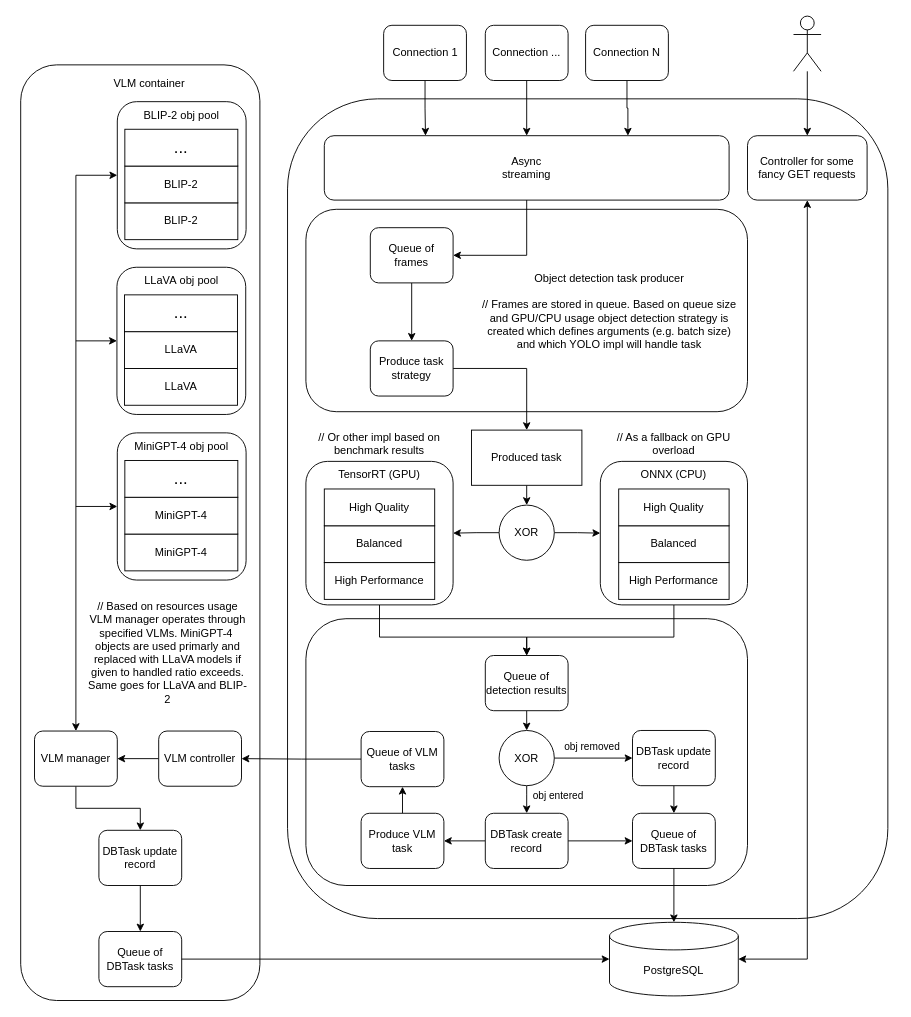
Earlier version of the draw.io diagram Диаграмма без названия.drawio (BaronVice/schemas). Source tidied: cells renumbered, new cells numbered last; positions are measured from the earlier drawing's top-left corner, leaving out a move shared by most shapes. Both pictures are drawn from the tidied source at 92%, with x=0, y=0 at pixel (20, 16).
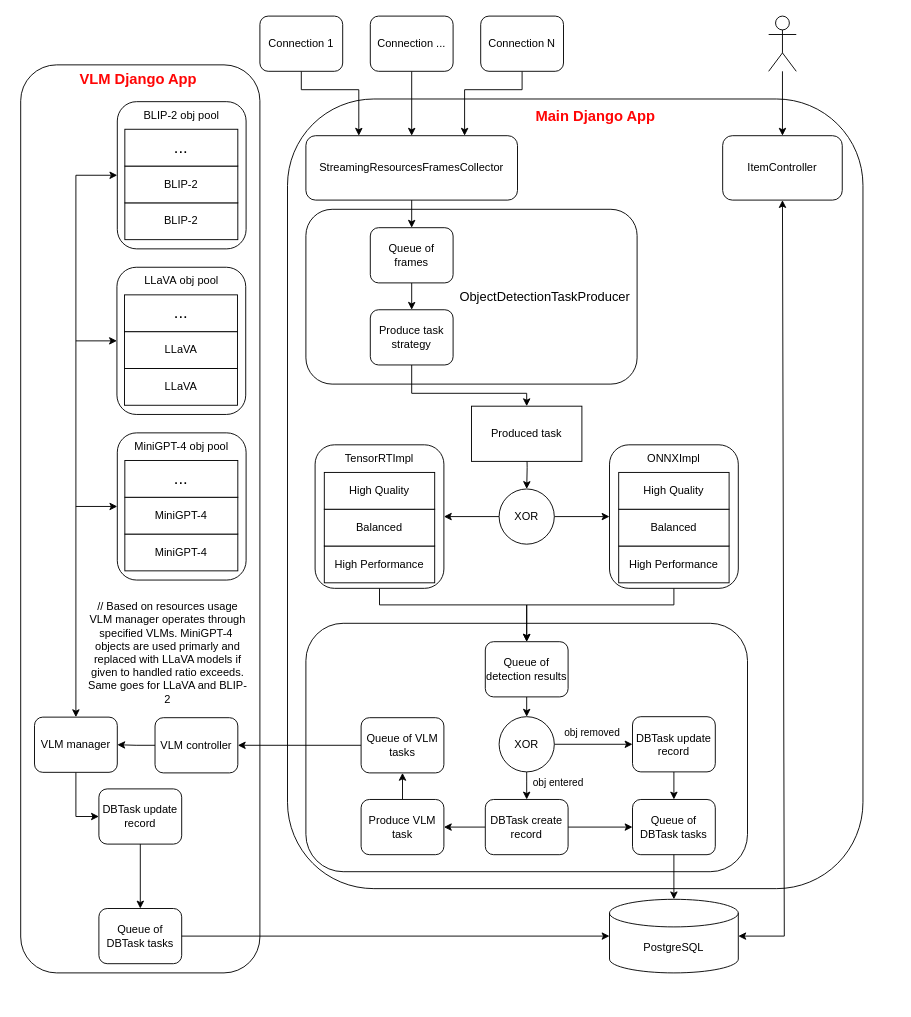
The same diagram, later.

The change refers to these unchanged cells:
```xml
<mxCell id="13" value="Queue of frames" style="rounded=1;whiteSpace=wrap;html=1;" parent="1" vertex="1">
  <mxGeometry x="380" y="230" width="90" height="60" as="geometry" />
</mxCell>
```

Change to the diagram source:
```diff
@@
     <mxCell id="2" style="rounded=1;whiteSpace=wrap;html=1;rotation=90;" parent="1" vertex="1">
-      <mxGeometry x="170.8" y="209.2" width="891" height="652.5" as="geometry" />
+      <mxGeometry x="173.6" y="206.5" width="858.3" height="625.5" as="geometry" />
     </mxCell>
     <mxCell id="3" style="rounded=1;whiteSpace=wrap;html=1;" parent="1" vertex="1">
-      <mxGeometry x="310" y="210" width="480" height="220" as="geometry" />
+      <mxGeometry x="310" y="210" width="360" height="190" as="geometry" />
     </mxCell>
-    <mxCell id="4" style="edgeStyle=orthogonalEdgeStyle;rounded=0;jettySize=auto;html=1;exitX=0.5;exitY=1;exitDx=0;exitDy=0;entryX=1;entryY=0.5;entryDx=0;entryDy=0;" parent="1" edge="1" source="5" target="13">
-      <mxGeometry relative="1" as="geometry">
-        <Array as="points">
-          <mxPoint x="550" y="260" />
-        </Array>
-      </mxGeometry>
+    <mxCell id="4" style="edgeStyle=orthogonalEdgeStyle;rounded=0;jettySize=auto;html=1;exitX=0.5;exitY=1;exitDx=0;exitDy=0;entryX=0.5;entryY=0;entryDx=0;entryDy=0;" parent="1" edge="1" source="5" target="13">
+      <mxGeometry relative="1" as="geometry" />
     </mxCell>
-    <mxCell id="5" value="&lt;div&gt;Async&lt;/div&gt;&lt;div&gt;streaming&lt;/div&gt;" style="rounded=1;whiteSpace=wrap;html=1;" parent="1" vertex="1">
-      <mxGeometry x="330" y="130" width="440" height="70" as="geometry" />
+    <mxCell id="5" value="StreamingResourcesFramesCollector" style="rounded=1;whiteSpace=wrap;html=1;" parent="1" vertex="1">
+      <mxGeometry x="310" y="130" width="230" height="70" as="geometry" />
     </mxCell>
     <mxCell id="6" style="edgeStyle=orthogonalEdgeStyle;rounded=0;jettySize=auto;html=1;exitX=0.5;exitY=1;exitDx=0;exitDy=0;entryX=0.25;entryY=0;entryDx=0;entryDy=0;" parent="1" edge="1" source="7" target="5">
-      <mxGeometry relative="1" as="geometry" />
+      <mxGeometry relative="1" as="geometry">
+        <Array as="points">
+          <mxPoint x="305" y="80" />
+          <mxPoint x="368" y="80" />
+        </Array>
+      </mxGeometry>
     </mxCell>
     <mxCell id="7" value="&lt;div&gt;Connection 1&lt;/div&gt;" style="rounded=1;whiteSpace=wrap;html=1;rotation=0;" parent="1" vertex="1">
-      <mxGeometry x="394.5" y="10" width="90" height="60" as="geometry" />
+      <mxGeometry x="260" width="90" height="60" as="geometry" />
     </mxCell>
@@
     <mxCell id="9" value="&lt;div&gt;Connection ...&lt;/div&gt;" style="rounded=1;whiteSpace=wrap;html=1;rotation=0;" parent="1" vertex="1">
-      <mxGeometry x="505" y="10" width="90" height="60" as="geometry" />
+      <mxGeometry x="380" width="90" height="60" as="geometry" />
     </mxCell>
     <mxCell id="10" style="edgeStyle=orthogonalEdgeStyle;rounded=0;jettySize=auto;html=1;exitX=0.5;exitY=1;exitDx=0;exitDy=0;entryX=0.75;entryY=0;entryDx=0;entryDy=0;" parent="1" edge="1" source="11" target="5">
-      <mxGeometry relative="1" as="geometry" />
+      <mxGeometry relative="1" as="geometry">
+        <Array as="points">
+          <mxPoint x="545" y="80" />
+          <mxPoint x="483" y="80" />
+        </Array>
+      </mxGeometry>
     </mxCell>
     <mxCell id="11" value="&lt;div&gt;Connection N&lt;/div&gt;" style="rounded=1;whiteSpace=wrap;html=1;rotation=0;" parent="1" vertex="1">
-      <mxGeometry x="614" y="10" width="90" height="60" as="geometry" />
+      <mxGeometry x="500" width="90" height="60" as="geometry" />
     </mxCell>
@@
-    <mxCell id="14" value="&lt;div&gt;Object detection task producer&lt;/div&gt;&lt;div&gt;&lt;br&gt;&lt;/div&gt;&lt;div&gt;// Frames are stored in queue. Based on queue size and GPU/CPU usage object detection strategy is created which defines arguments (e.g. batch size) and which YOLO impl will handle task&lt;/div&gt;" style="text;html=1;align=center;verticalAlign=middle;whiteSpace=wrap;rounded=0;" parent="1" vertex="1">
-      <mxGeometry x="500" y="261.5" width="280" height="118.5" as="geometry" />
+    <mxCell id="14" value="&lt;div&gt;&lt;font style=&quot;font-size: 14px;&quot;&gt;ObjectDetectionTaskProducer&lt;/font&gt;&lt;/div&gt;" style="text;html=1;align=center;verticalAlign=middle;whiteSpace=wrap;rounded=0;" parent="1" vertex="1">
+      <mxGeometry x="470" y="245.8" width="200" height="118.5" as="geometry" />
     </mxCell>
-    <mxCell id="15" style="edgeStyle=orthogonalEdgeStyle;rounded=0;jettySize=auto;html=1;exitX=1;exitY=0.5;exitDx=0;exitDy=0;entryX=0.5;entryY=0;entryDx=0;entryDy=0;" parent="1" edge="1" source="16" target="18">
-      <mxGeometry relative="1" as="geometry" />
+    <mxCell id="15" style="edgeStyle=orthogonalEdgeStyle;rounded=0;jettySize=auto;html=1;exitX=0.5;exitY=1;exitDx=0;exitDy=0;entryX=0.5;entryY=0;entryDx=0;entryDy=0;" parent="1" edge="1" source="16" target="18">
+      <mxGeometry relative="1" as="geometry">
+        <Array as="points">
+          <mxPoint x="425" y="410" />
+          <mxPoint x="550" y="410" />
+        </Array>
+      </mxGeometry>
     </mxCell>
     <mxCell id="16" value="Produce task strategy" style="rounded=1;whiteSpace=wrap;html=1;" parent="1" vertex="1">
-      <mxGeometry x="380" y="353" width="90" height="60" as="geometry" />
+      <mxGeometry x="380" y="319.2" width="90" height="60" as="geometry" />
     </mxCell>
-    <mxCell id="17" style="edgeStyle=orthogonalEdgeStyle;rounded=0;jettySize=auto;html=1;exitX=0.5;exitY=1;exitDx=0;exitDy=0;entryX=0.5;entryY=0;entryDx=0;entryDy=0;" parent="1" edge="1" source="18" target="41">
-      <mxGeometry relative="1" as="geometry" />
+    <mxCell id="17" style="edgeStyle=orthogonalEdgeStyle;rounded=0;jettySize=auto;html=1;exitX=0.5;exitY=1;exitDx=0;exitDy=0;entryX=0.5;entryY=0;entryDx=0;entryDy=0;" parent="1" edge="1" target="41">
+      <mxGeometry relative="1" as="geometry">
+        <mxPoint x="550" y="466" as="sourcePoint" />
+      </mxGeometry>
     </mxCell>
     <mxCell id="18" value="Produced task" style="rounded=0;whiteSpace=wrap;html=1;" parent="1" vertex="1">
-      <mxGeometry x="490" y="450" width="120" height="60" as="geometry" />
+      <mxGeometry x="490" y="424" width="120" height="60" as="geometry" />
     </mxCell>
     <mxCell id="19" style="rounded=1;whiteSpace=wrap;html=1;" parent="1" vertex="1">
-      <mxGeometry x="310" y="655" width="480" height="290" as="geometry" />
+      <mxGeometry x="310" y="660" width="480" height="270" as="geometry" />
     </mxCell>
@@
     <mxCell id="21" value="Queue of detection results" style="rounded=1;whiteSpace=wrap;html=1;" parent="1" vertex="1">
-      <mxGeometry x="505" y="695" width="90" height="60" as="geometry" />
+      <mxGeometry x="505" y="680" width="90" height="60" as="geometry" />
     </mxCell>
@@
     <mxCell id="24" value="DBTask create record" style="rounded=1;whiteSpace=wrap;html=1;" parent="1" vertex="1">
-      <mxGeometry x="505" y="866.5" width="90" height="60" as="geometry" />
+      <mxGeometry x="505" y="851.5" width="90" height="60" as="geometry" />
     </mxCell>
     <mxCell id="25" style="edgeStyle=orthogonalEdgeStyle;rounded=0;jettySize=auto;html=1;exitX=0.5;exitY=1;exitDx=0;exitDy=0;entryX=0.5;entryY=0;entryDx=0;entryDy=0;" parent="1" edge="1" source="26" target="21">
       <mxGeometry relative="1" as="geometry">
         <Array as="points">
-          <mxPoint x="390" y="675" />
-          <mxPoint x="550" y="675" />
+          <mxPoint x="390" y="640" />
+          <mxPoint x="550" y="640" />
         </Array>
       </mxGeometry>
     </mxCell>
     <mxCell id="26" style="rounded=1;whiteSpace=wrap;html=1;" parent="1" vertex="1">
-      <mxGeometry x="310" y="484" width="160" height="156" as="geometry" />
+      <mxGeometry x="320" y="466" width="140" height="156" as="geometry" />
     </mxCell>
     <mxCell id="27" value="High Performance" style="rounded=0;whiteSpace=wrap;html=1;" parent="1" vertex="1">
-      <mxGeometry x="330" y="594" width="120" height="40" as="geometry" />
+      <mxGeometry x="330" y="576" width="120" height="40" as="geometry" />
     </mxCell>
     <mxCell id="28" value="Balanced" style="rounded=0;whiteSpace=wrap;html=1;" parent="1" vertex="1">
-      <mxGeometry x="330" y="554" width="120" height="40" as="geometry" />
+      <mxGeometry x="330" y="536" width="120" height="40" as="geometry" />
     </mxCell>
     <mxCell id="29" value="High Quality" style="rounded=0;whiteSpace=wrap;html=1;" parent="1" vertex="1">
-      <mxGeometry x="330" y="514" width="120" height="40" as="geometry" />
+      <mxGeometry x="330" y="496" width="120" height="40" as="geometry" />
     </mxCell>
-    <mxCell id="30" value="TensorRT (GPU)" style="text;html=1;align=center;verticalAlign=middle;whiteSpace=wrap;rounded=0;" parent="1" vertex="1">
-      <mxGeometry x="330" y="484" width="120" height="30" as="geometry" />
+    <mxCell id="30" value="TensorRTImpl" style="text;html=1;align=center;verticalAlign=middle;whiteSpace=wrap;rounded=0;" parent="1" vertex="1">
+      <mxGeometry x="330" y="466" width="120" height="30" as="geometry" />
     </mxCell>
-    <mxCell id="31" value="// Or other impl based on benchmark results" style="text;html=1;align=center;verticalAlign=middle;whiteSpace=wrap;rounded=0;" parent="1" vertex="1">
-      <mxGeometry x="310" y="450" width="160" height="30" as="geometry" />
-    </mxCell>
     <mxCell id="32" style="edgeStyle=orthogonalEdgeStyle;rounded=0;jettySize=auto;html=1;exitX=0.5;exitY=1;exitDx=0;exitDy=0;entryX=0.5;entryY=0;entryDx=0;entryDy=0;" parent="1" edge="1" source="33" target="21">
       <mxGeometry relative="1" as="geometry">
         <Array as="points">
-          <mxPoint x="710" y="675" />
-          <mxPoint x="550" y="675" />
+          <mxPoint x="710" y="640" />
+          <mxPoint x="550" y="640" />
         </Array>
       </mxGeometry>
     </mxCell>
     <mxCell id="33" style="rounded=1;whiteSpace=wrap;html=1;" parent="1" vertex="1">
-      <mxGeometry x="630" y="484" width="160" height="156" as="geometry" />
+      <mxGeometry x="640" y="466" width="140" height="156" as="geometry" />
     </mxCell>
     <mxCell id="34" value="High Performance" style="rounded=0;whiteSpace=wrap;html=1;" parent="1" vertex="1">
-      <mxGeometry x="650" y="594" width="120" height="40" as="geometry" />
+      <mxGeometry x="650" y="576" width="120" height="40" as="geometry" />
     </mxCell>
     <mxCell id="35" value="Balanced" style="rounded=0;whiteSpace=wrap;html=1;" parent="1" vertex="1">
-      <mxGeometry x="650" y="554" width="120" height="40" as="geometry" />
+      <mxGeometry x="650" y="536" width="120" height="40" as="geometry" />
     </mxCell>
     <mxCell id="36" value="High Quality" style="rounded=0;whiteSpace=wrap;html=1;" parent="1" vertex="1">
-      <mxGeometry x="650" y="514" width="120" height="40" as="geometry" />
+      <mxGeometry x="650" y="496" width="120" height="40" as="geometry" />
     </mxCell>
-    <mxCell id="37" value="ONNX (CPU)" style="text;html=1;align=center;verticalAlign=middle;whiteSpace=wrap;rounded=0;" parent="1" vertex="1">
-      <mxGeometry x="650" y="484" width="120" height="30" as="geometry" />
+    <mxCell id="37" value="ONNXImpl" style="text;html=1;align=center;verticalAlign=middle;whiteSpace=wrap;rounded=0;" parent="1" vertex="1">
+      <mxGeometry x="650" y="466" width="120" height="30" as="geometry" />
     </mxCell>
-    <mxCell id="38" value="// As a fallback on GPU overload" style="text;html=1;align=center;verticalAlign=middle;whiteSpace=wrap;rounded=0;" parent="1" vertex="1">
-      <mxGeometry x="630" y="450" width="160" height="30" as="geometry" />
-    </mxCell>
@@
     <mxCell id="41" value="XOR" style="ellipse;whiteSpace=wrap;html=1;" parent="1" vertex="1">
-      <mxGeometry x="520" y="531.5" width="60" height="60" as="geometry" />
+      <mxGeometry x="520" y="514" width="60" height="60" as="geometry" />
     </mxCell>
     <mxCell id="42" style="edgeStyle=orthogonalEdgeStyle;rounded=0;jettySize=auto;html=1;exitX=0.5;exitY=1;exitDx=0;exitDy=0;entryX=0.5;entryY=0;entryDx=0;entryDy=0;" parent="1" edge="1" source="46" target="24">
       <mxGeometry relative="1" as="geometry">
         <Array as="points">
-          <mxPoint x="550" y="846.5" />
-          <mxPoint x="550" y="846.5" />
+          <mxPoint x="550" y="831.5" />
+          <mxPoint x="550" y="831.5" />
         </Array>
       </mxGeometry>
     </mxCell>
@@
     <mxCell id="46" value="XOR" style="ellipse;whiteSpace=wrap;html=1;" parent="1" vertex="1">
-      <mxGeometry x="520" y="776.5" width="60" height="60" as="geometry" />
+      <mxGeometry x="520" y="761.5" width="60" height="60" as="geometry" />
     </mxCell>
@@
     <mxCell id="48" value="DBTask update record" style="rounded=1;whiteSpace=wrap;html=1;" parent="1" vertex="1">
-      <mxGeometry x="665" y="776.5" width="90" height="60" as="geometry" />
+      <mxGeometry x="665" y="761.5" width="90" height="60" as="geometry" />
     </mxCell>
     <mxCell id="49" style="edgeStyle=orthogonalEdgeStyle;rounded=0;jettySize=auto;html=1;exitX=0.5;exitY=0;exitDx=0;exitDy=0;entryX=0.5;entryY=1;entryDx=0;entryDy=0;" parent="1" edge="1" source="50">
       <mxGeometry relative="1" as="geometry">
-        <mxPoint x="415" y="837.6" as="targetPoint" />
+        <mxPoint x="415" y="822.6" as="targetPoint" />
       </mxGeometry>
     </mxCell>
     <mxCell id="50" value="Produce VLM task" style="rounded=1;whiteSpace=wrap;html=1;" parent="1" vertex="1">
-      <mxGeometry x="370" y="866.5" width="90" height="60" as="geometry" />
+      <mxGeometry x="370" y="851.5" width="90" height="60" as="geometry" />
     </mxCell>
     <mxCell id="51" value="Queue of DBTask tasks" style="rounded=1;whiteSpace=wrap;html=1;" parent="1" vertex="1">
-      <mxGeometry x="665" y="866.5" width="90" height="60" as="geometry" />
+      <mxGeometry x="665" y="851.5" width="90" height="60" as="geometry" />
     </mxCell>
     <mxCell id="52" value="PostgreSQL" style="shape=cylinder3;whiteSpace=wrap;html=1;boundedLbl=1;backgroundOutline=1;size=15;" parent="1" vertex="1">
-      <mxGeometry x="640" y="985" width="140" height="80" as="geometry" />
+      <mxGeometry x="640" y="960" width="140" height="80" as="geometry" />
     </mxCell>
     <mxCell id="53" style="rounded=1;whiteSpace=wrap;html=1;" parent="1" vertex="1">
-      <mxGeometry y="53" width="260" height="1017" as="geometry" />
+      <mxGeometry y="53" width="260" height="987" as="geometry" />
     </mxCell>
@@
     <mxCell id="60" value="VLM controller" style="rounded=1;whiteSpace=wrap;html=1;" parent="1" vertex="1">
-      <mxGeometry x="150" y="777.1" width="90" height="60" as="geometry" />
+      <mxGeometry x="146" y="762.6" width="90" height="60" as="geometry" />
     </mxCell>
-    <mxCell id="61" value="VLM container" style="text;html=1;align=center;verticalAlign=middle;whiteSpace=wrap;rounded=0;" parent="1" vertex="1">
-      <mxGeometry x="60" y="59" width="160" height="30" as="geometry" />
-    </mxCell>
@@
     <mxCell id="63" value="Queue of VLM tasks" style="rounded=1;whiteSpace=wrap;html=1;" parent="1" vertex="1">
-      <mxGeometry x="370" y="777.6" width="90" height="60" as="geometry" />
+      <mxGeometry x="370" y="762.6" width="90" height="60" as="geometry" />
     </mxCell>
-    <mxCell id="64" style="edgeStyle=orthogonalEdgeStyle;rounded=0;jettySize=auto;html=1;exitX=0.5;exitY=1;exitDx=0;exitDy=0;entryX=0.5;entryY=0;entryDx=0;entryDy=0;" parent="1" edge="1" source="65" target="81">
+    <mxCell id="64" style="edgeStyle=orthogonalEdgeStyle;rounded=0;jettySize=auto;html=1;exitX=0.5;exitY=1;exitDx=0;exitDy=0;entryX=0;entryY=0.5;entryDx=0;entryDy=0;" parent="1" edge="1" source="65" target="81">
       <mxGeometry relative="1" as="geometry" />
     </mxCell>
     <mxCell id="65" value="VLM manager" style="rounded=1;whiteSpace=wrap;html=1;" parent="1" vertex="1">
-      <mxGeometry x="15" y="777.1" width="90" height="60" as="geometry" />
+      <mxGeometry x="15" y="762" width="90" height="60" as="geometry" />
     </mxCell>
@@
     <mxCell id="81" value="DBTask update record" style="rounded=1;whiteSpace=wrap;html=1;" parent="1" vertex="1">
-      <mxGeometry x="85" y="885" width="90" height="60" as="geometry" />
+      <mxGeometry x="85" y="840" width="90" height="60" as="geometry" />
     </mxCell>
     <mxCell id="82" value="Queue of DBTask tasks" style="rounded=1;whiteSpace=wrap;html=1;" parent="1" vertex="1">
-      <mxGeometry x="85" y="995" width="90" height="60" as="geometry" />
+      <mxGeometry x="85" y="970" width="90" height="60" as="geometry" />
     </mxCell>
@@
-    <mxCell id="84" value="Controller for some fancy GET requests" style="rounded=1;whiteSpace=wrap;html=1;" parent="1" vertex="1">
-      <mxGeometry x="790" y="130" width="130" height="70" as="geometry" />
+    <mxCell id="84" value="ItemController" style="rounded=1;whiteSpace=wrap;html=1;" parent="1" vertex="1">
+      <mxGeometry x="763" y="130" width="130" height="70" as="geometry" />
     </mxCell>
     <mxCell id="85" style="shape=umlActor;verticalLabelPosition=bottom;verticalAlign=top;html=1;outlineConnect=0;" parent="1" vertex="1">
-      <mxGeometry x="840" width="30" height="60" as="geometry" />
+      <mxGeometry x="813" width="30" height="60" as="geometry" />
     </mxCell>
@@
     <mxCell id="87" style="endArrow=classic;startArrow=classic;html=1;rounded=0;entryX=0.5;entryY=1;entryDx=0;entryDy=0;exitX=1;exitY=0.5;exitDx=0;exitDy=0;exitPerimeter=0;" parent="1" edge="1" source="52" target="84">
       <mxGeometry relative="1" as="geometry">
         <Array as="points">
-          <mxPoint x="855" y="1025" />
+          <mxPoint x="830" y="1000" />
         </Array>
       </mxGeometry>
     </mxCell>
@@
+    <mxCell id="89" value="&lt;font style=&quot;font-size: 16px; color: rgb(255, 5, 5);&quot;&gt;&lt;b&gt;Main Django App&lt;/b&gt;&lt;/font&gt;" style="text;html=1;align=center;verticalAlign=middle;whiteSpace=wrap;rounded=0;" parent="1" vertex="1">
+      <mxGeometry x="300" y="93" width="650" height="30" as="geometry" />
+    </mxCell>
+    <mxCell id="90" value="&lt;font style=&quot;font-size: 16px; color: rgb(255, 5, 5);&quot;&gt;&lt;b&gt;VLM Django App&lt;/b&gt;&lt;/font&gt;" style="text;html=1;align=center;verticalAlign=middle;whiteSpace=wrap;rounded=0;" parent="1" vertex="1">
+      <mxGeometry x="-5.5" y="53" width="265.5" height="30" as="geometry" />
+    </mxCell>
```
